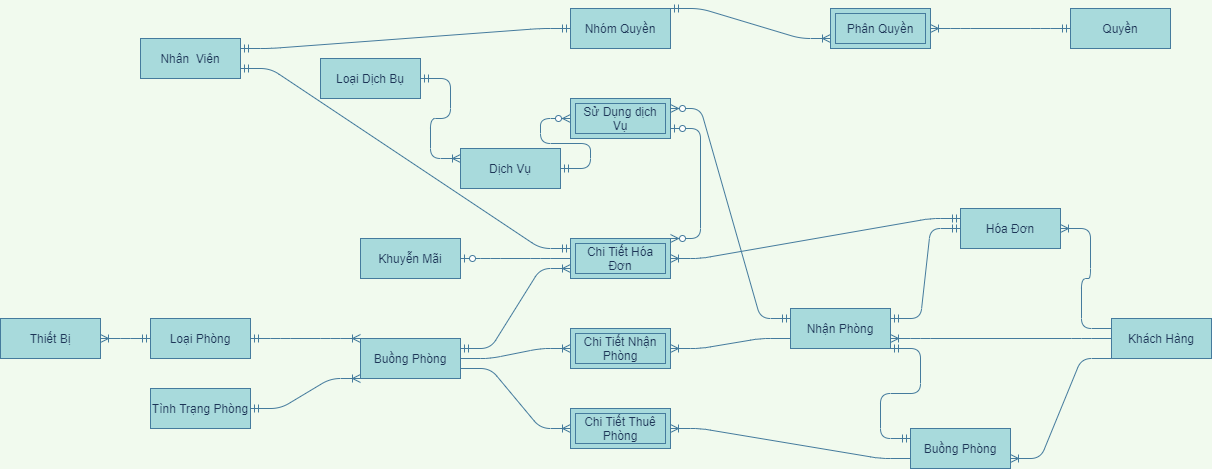
maialino123/QLKS keeps this draw.io diagram as EntityRelationship-QLKS.png. Above is the earlier version. Source tidied: cells renumbered, new cells last; positions are measured from the earlier drawing's top-left corner, leaving out a move shared by most shapes.
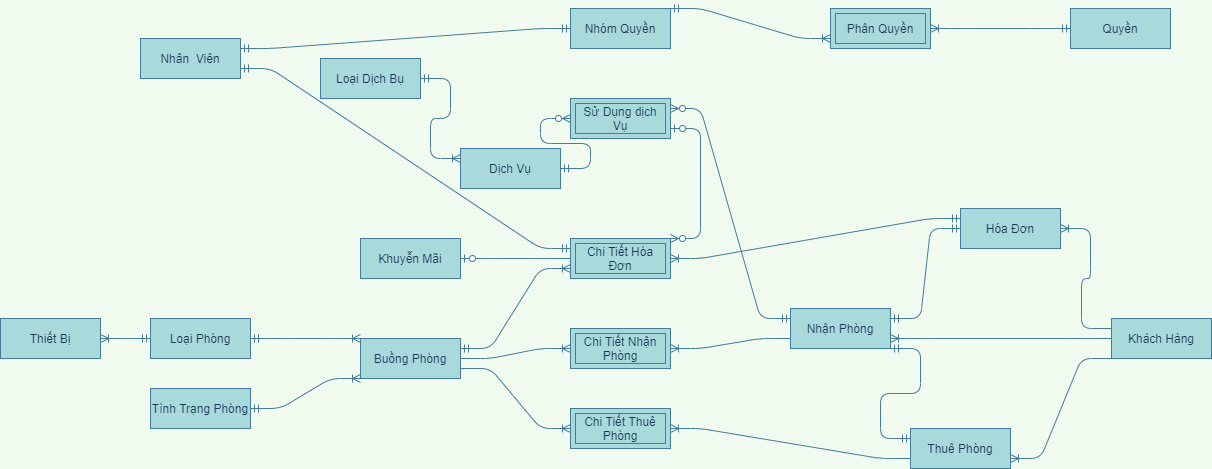
The same diagram one commit later.

Diff of the diagram source:
```diff
@@ -113,7 +113,7 @@
     <mxCell id="38" value="Buồng Phòng" style="whiteSpace=wrap;html=1;align=center;rounded=0;sketch=0;strokeColor=#457B9D;fillColor=#A8DADC;fontColor=#1D3557;" parent="1" vertex="1">
       <mxGeometry x="360" y="330" width="100" height="40" as="geometry" />
     </mxCell>
-    <mxCell id="39" value="Buồng Phòng" style="whiteSpace=wrap;html=1;align=center;rounded=0;sketch=0;strokeColor=#457B9D;fillColor=#A8DADC;fontColor=#1D3557;" parent="1" vertex="1">
+    <mxCell id="39" value="Thuê Phòng" style="whiteSpace=wrap;html=1;align=center;rounded=0;sketch=0;strokeColor=#457B9D;fillColor=#A8DADC;fontColor=#1D3557;" parent="1" vertex="1">
       <mxGeometry x="910" y="420" width="100" height="40" as="geometry" />
     </mxCell>
     <mxCell id="40" value="Nhận Phòng" style="whiteSpace=wrap;html=1;align=center;rounded=0;sketch=0;strokeColor=#457B9D;fillColor=#A8DADC;fontColor=#1D3557;" parent="1" vertex="1">
```
